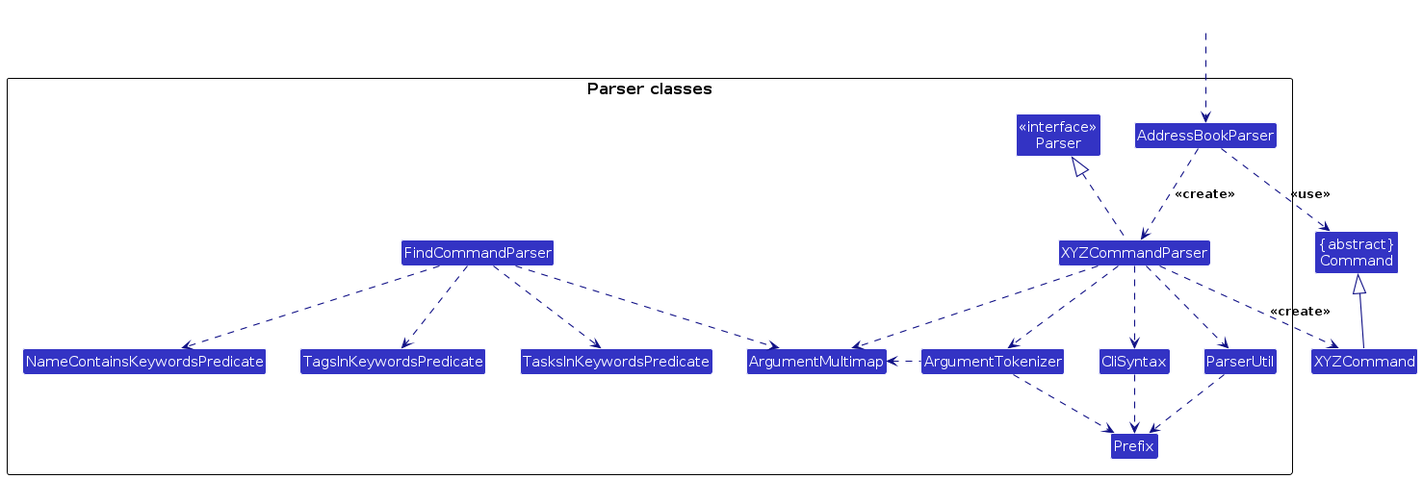
The PlantUML diagram diagrams/ParserClasses.png in bkkuan/tp, before a commit. Its source is kept beside it as diagrams/ParserClasses.puml.
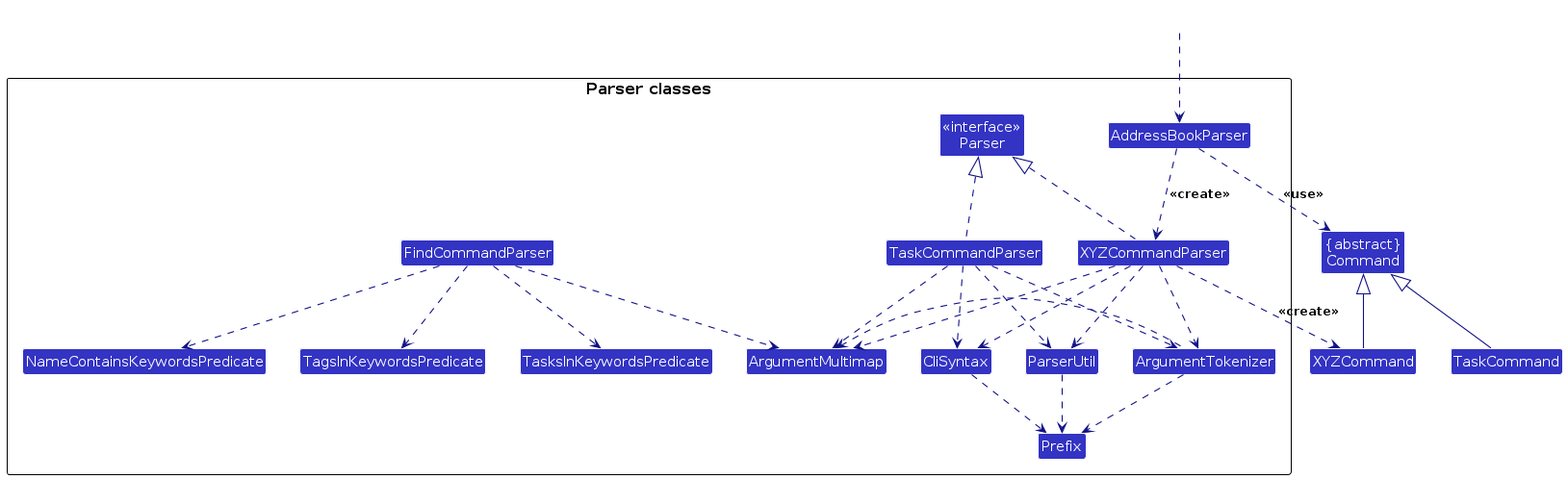
Above is the later version.

What changed in the source:
```diff
@@ -7,7 +7,7 @@
 Class "{abstract}\nCommand" as Command
 Class XYZCommand
 
-package "Parser classes"{
+package "Parser classes" {
 Class "<<interface>>\nParser" as Parser
 Class AddressBookParser
 Class XYZCommandParser
@@ -20,8 +20,10 @@
 Class NameContainsKeywordsPredicate
 Class TagsInKeywordsPredicate
 Class TasksInKeywordsPredicate
+Class TaskCommandParser
 }
 
+Class TaskCommand
 Class HiddenOutside #FFFFFF
 HiddenOutside ..> AddressBookParser
 
@@ -44,4 +46,12 @@
 FindCommandParser ..> TagsInKeywordsPredicate
 FindCommandParser ..> TasksInKeywordsPredicate
 FindCommandParser ..> ArgumentMultimap
+
+TaskCommandParser .up.|> Parser
+TaskCommand -up-|> Command
+
+TaskCommandParser ..> ParserUtil
+TaskCommandParser ..> ArgumentMultimap
+TaskCommandParser ..> ArgumentTokenizer
+TaskCommandParser ..> CliSyntax
 @enduml
```
